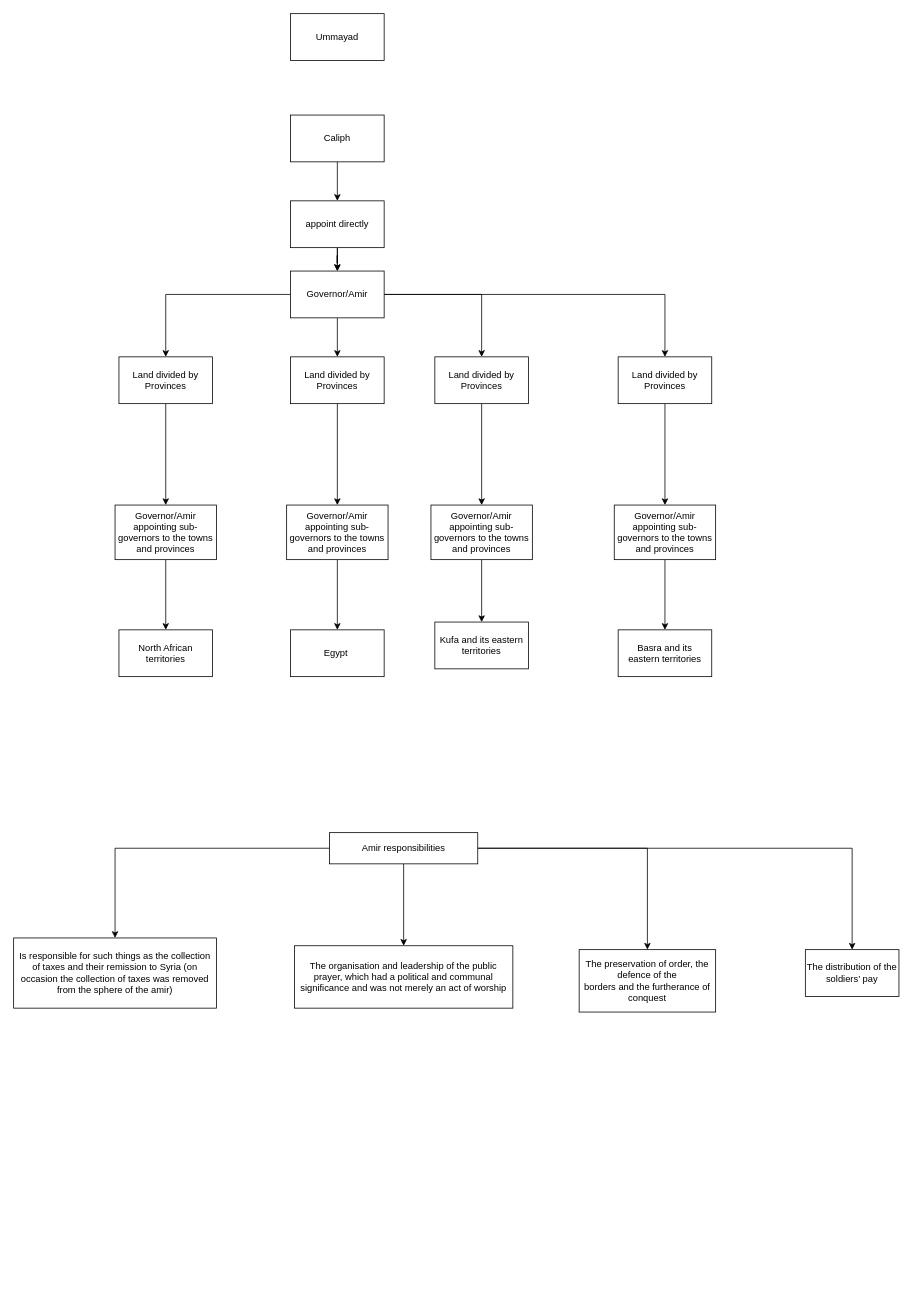
Earlier version of the draw.io diagram Islamic Governance.drawio (azryzdy/hobbies). Source tidied: cells renumbered, new cells numbered last; positions are measured from the earlier drawing's top-left corner, leaving out a move shared by most shapes. Both pictures are drawn from the tidied source at 78%, with x=0, y=0 at pixel (13, 13).
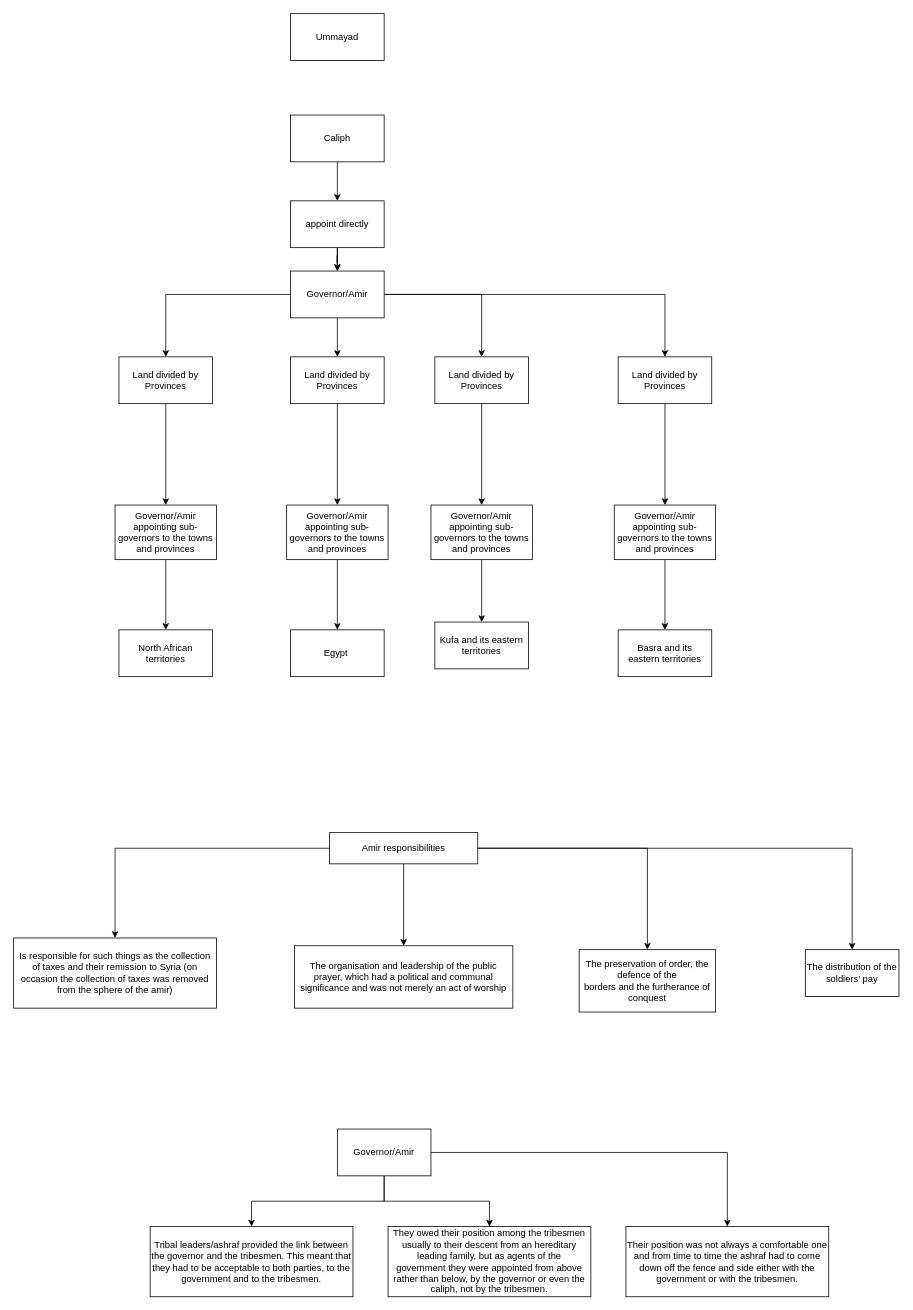
Above is the later version.

The edit, as a diff of the source:
```diff
@@
+    <mxCell id="42" style="edgeStyle=orthogonalEdgeStyle;rounded=0;jettySize=auto;html=1;entryX=0.5;entryY=0;entryDx=0;entryDy=0;" parent="1" edge="1" source="45" target="46">
+      <mxGeometry relative="1" as="geometry" />
+    </mxCell>
+    <mxCell id="43" style="edgeStyle=orthogonalEdgeStyle;rounded=0;jettySize=auto;html=1;entryX=0.5;entryY=0;entryDx=0;entryDy=0;" parent="1" edge="1" source="45" target="47">
+      <mxGeometry relative="1" as="geometry" />
+    </mxCell>
+    <mxCell id="44" style="edgeStyle=orthogonalEdgeStyle;rounded=0;jettySize=auto;html=1;entryX=0.5;entryY=0;entryDx=0;entryDy=0;" parent="1" edge="1" source="45" target="48">
+      <mxGeometry relative="1" as="geometry" />
+    </mxCell>
+    <mxCell id="45" value="Governor/Amir" style="rounded=0;whiteSpace=wrap;html=1;" parent="1" vertex="1">
+      <mxGeometry x="415" y="1430" width="120" height="60" as="geometry" />
+    </mxCell>
+    <mxCell id="46" value="Tribal leaders/ashraf provided the link between the&amp;nbsp;governor and the tribesmen. This meant that they had to be&amp;nbsp;acceptable to both parties, to the government and to the tribesmen." style="rounded=0;whiteSpace=wrap;html=1;" parent="1" vertex="1">
+      <mxGeometry x="175" y="1555" width="260" height="90" as="geometry" />
+    </mxCell>
+    <mxCell id="47" value="They owed their position among the tribesmen usually to their descent from an hereditary leading family, but as agents of the&lt;br&gt;government they were appointed from above rather than below, by the governor or even the caliph, not by the tribesmen." style="rounded=0;whiteSpace=wrap;html=1;" parent="1" vertex="1">
+      <mxGeometry x="480" y="1555" width="260" height="90" as="geometry" />
+    </mxCell>
+    <mxCell id="48" value="Their position was not always a comfortable one and from time to time the ashraf had to come down off the fence and side either with the government&amp;nbsp;or with the tribesmen." style="rounded=0;whiteSpace=wrap;html=1;" parent="1" vertex="1">
+      <mxGeometry x="785" y="1555" width="260" height="90" as="geometry" />
+    </mxCell>
```
